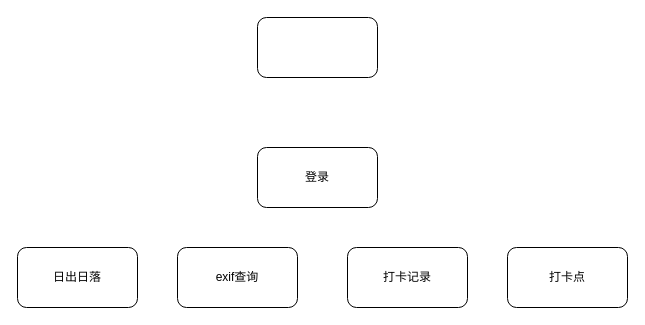
wupei-w/diagrams keeps this draw.io diagram as framework.drawio. Above is the earlier version. Source tidied: cells renumbered, new cells numbered last; positions are measured from the earlier drawing's top-left corner, leaving out a move shared by most shapes. Both pictures are drawn from the tidied source at 100%, with x=0, y=0 at pixel (17, 17).
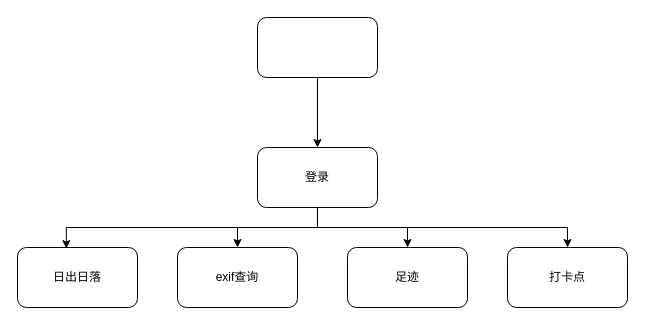
The same diagram, later.

Diff of the diagram source:
```diff
@@
 <mxGraphModel>
   <root>
     <mxCell id="0" />
     <mxCell id="1" parent="0" />
+    <mxCell id="8" style="edgeStyle=orthogonalEdgeStyle;rounded=0;jettySize=auto;html=1;exitX=0.5;exitY=1;exitDx=0;exitDy=0;entryX=0.407;entryY=0.018;entryDx=0;entryDy=0;entryPerimeter=0;" parent="1" edge="1" source="2" target="6">
+      <mxGeometry relative="1" as="geometry" />
+    </mxCell>
+    <mxCell id="9" style="edgeStyle=orthogonalEdgeStyle;rounded=0;jettySize=auto;html=1;exitX=0.5;exitY=1;exitDx=0;exitDy=0;entryX=0.5;entryY=0;entryDx=0;entryDy=0;" parent="1" edge="1" source="2" target="3">
+      <mxGeometry relative="1" as="geometry" />
+    </mxCell>
+    <mxCell id="10" style="edgeStyle=orthogonalEdgeStyle;rounded=0;jettySize=auto;html=1;exitX=0.5;exitY=1;exitDx=0;exitDy=0;entryX=0.5;entryY=0;entryDx=0;entryDy=0;" parent="1" edge="1" source="2" target="4">
+      <mxGeometry relative="1" as="geometry" />
+    </mxCell>
+    <mxCell id="11" style="edgeStyle=orthogonalEdgeStyle;rounded=0;jettySize=auto;html=1;exitX=0.5;exitY=1;exitDx=0;exitDy=0;entryX=0.5;entryY=0;entryDx=0;entryDy=0;" parent="1" edge="1" source="2" target="5">
+      <mxGeometry relative="1" as="geometry" />
+    </mxCell>
     <mxCell id="2" value="登录" style="rounded=1;whiteSpace=wrap;html=1;" parent="1" vertex="1">
       <mxGeometry x="240" y="130" width="120" height="60" as="geometry" />
     </mxCell>
     <mxCell id="3" value="exif查询" style="rounded=1;whiteSpace=wrap;html=1;" parent="1" vertex="1">
       <mxGeometry x="160" y="230" width="120" height="60" as="geometry" />
     </mxCell>
-    <mxCell id="4" value="打卡记录" style="rounded=1;whiteSpace=wrap;html=1;" parent="1" vertex="1">
+    <mxCell id="4" value="足迹" style="rounded=1;whiteSpace=wrap;html=1;" parent="1" vertex="1">
       <mxGeometry x="330" y="230" width="120" height="60" as="geometry" />
     </mxCell>
     <mxCell id="5" value="打卡点" style="rounded=1;whiteSpace=wrap;html=1;" parent="1" vertex="1">
       <mxGeometry x="490" y="230" width="120" height="60" as="geometry" />
     </mxCell>
     <mxCell id="6" value="日出日落" style="rounded=1;whiteSpace=wrap;html=1;" parent="1" vertex="1">
       <mxGeometry y="230" width="120" height="60" as="geometry" />
     </mxCell>
+    <mxCell id="12" style="edgeStyle=orthogonalEdgeStyle;rounded=0;jettySize=auto;html=1;exitX=0.5;exitY=1;exitDx=0;exitDy=0;entryX=0.5;entryY=0;entryDx=0;entryDy=0;" parent="1" edge="1" source="7" target="2">
+      <mxGeometry relative="1" as="geometry" />
+    </mxCell>
     <mxCell id="7" style="rounded=1;whiteSpace=wrap;html=1;" parent="1" vertex="1">
       <mxGeometry x="240" width="120" height="60" as="geometry" />
     </mxCell>
   </root>
 </mxGraphModel>
```
